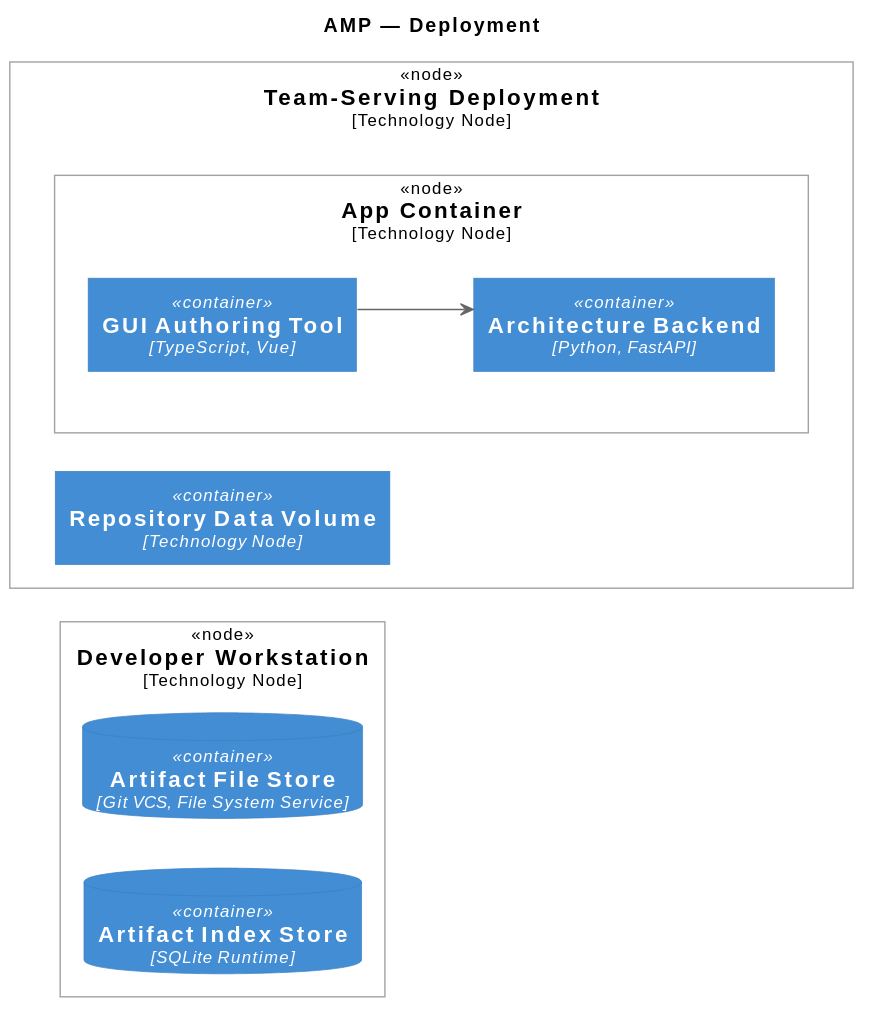
The PlantUML diagram engagements/ENG-ARCH-REPO/architecture-repository/diagram-catalog/rendered/platform-core/CD@1786912268.s4lI3nq.amp-deployment.svg in mbauer83/architectonic, before a commit.
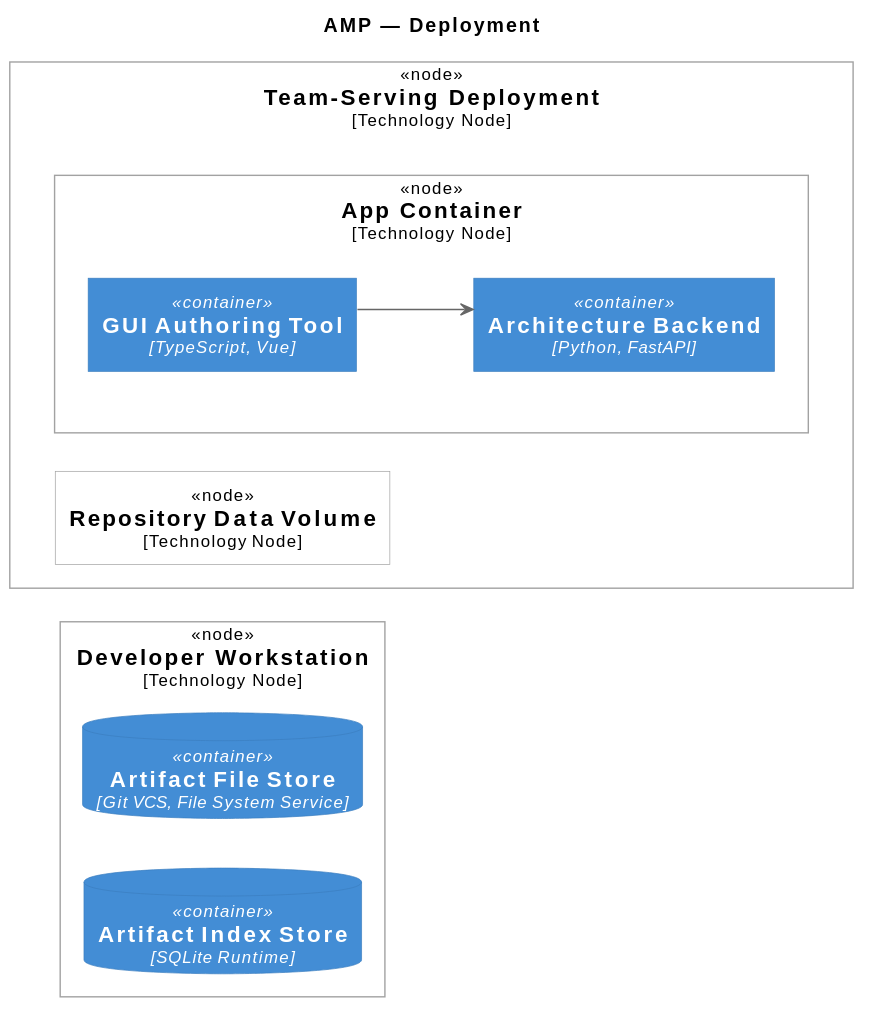
The same file after the commit.

Commit message:
Diagram types: draw a deployment host as a node when it holds nothing

Change to the diagram source:
```diff
@@ -22,7 +22,7 @@
     APP_lmO0mp -[hidden]right- APP_OYEmP1
 
   }
-  Container(NOD_THkLB12, "Repository Data Volume", "Technology Node")
+  Deployment_Node(NOD_THkLB12, "Repository Data Volume", "Technology Node")
   NOD_Yx71j_C -[hidden]right- NOD_THkLB12
 
 }
```
